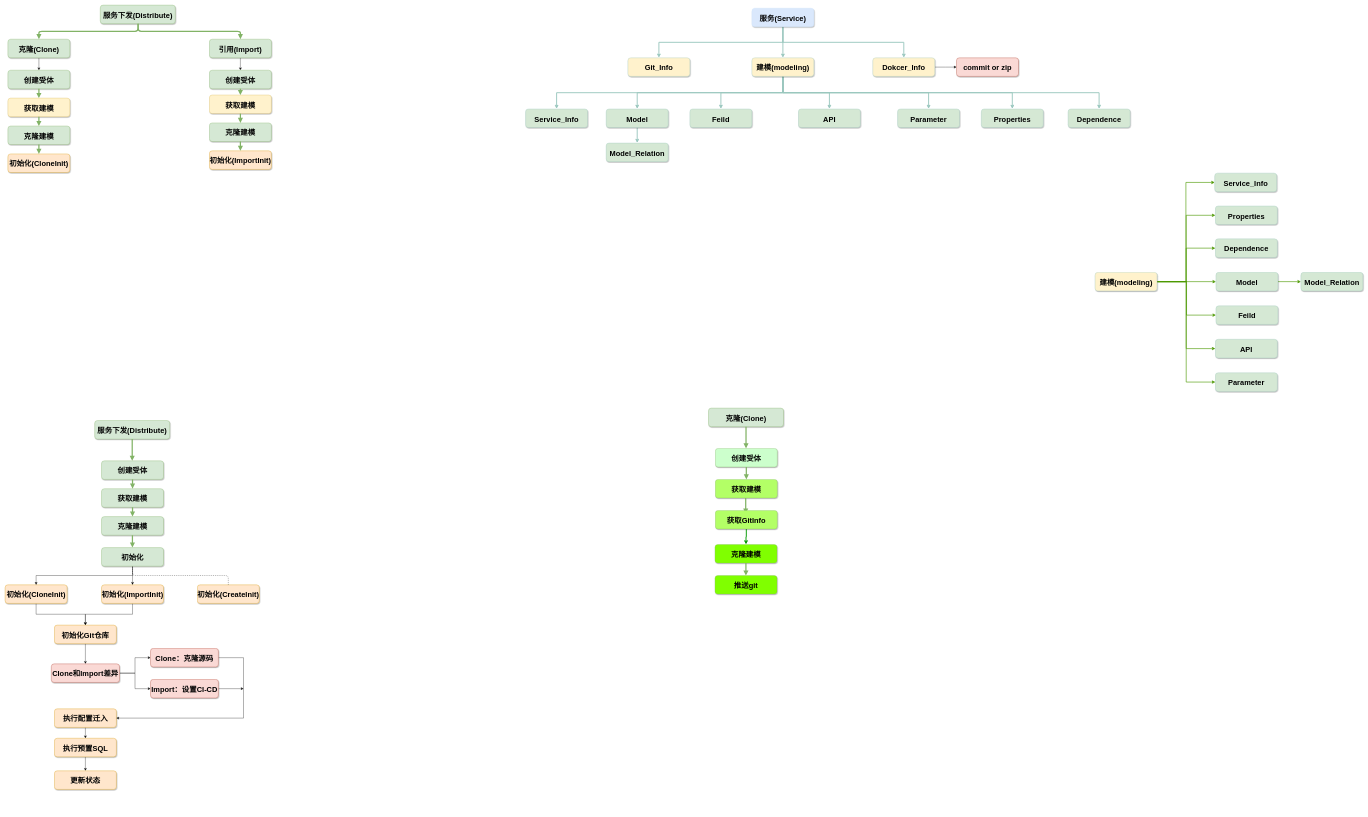
Earlier version of the draw.io diagram 服务下发思路图.drawio (ThePointOfXu/liu_cheng_tu). Source tidied: cells renumbered, new cells numbered last; positions are measured from the earlier drawing's top-left corner, leaving out a move shared by most shapes. Both pictures are drawn from the tidied source at 31%, with x=0, y=0 at pixel (5, 5).
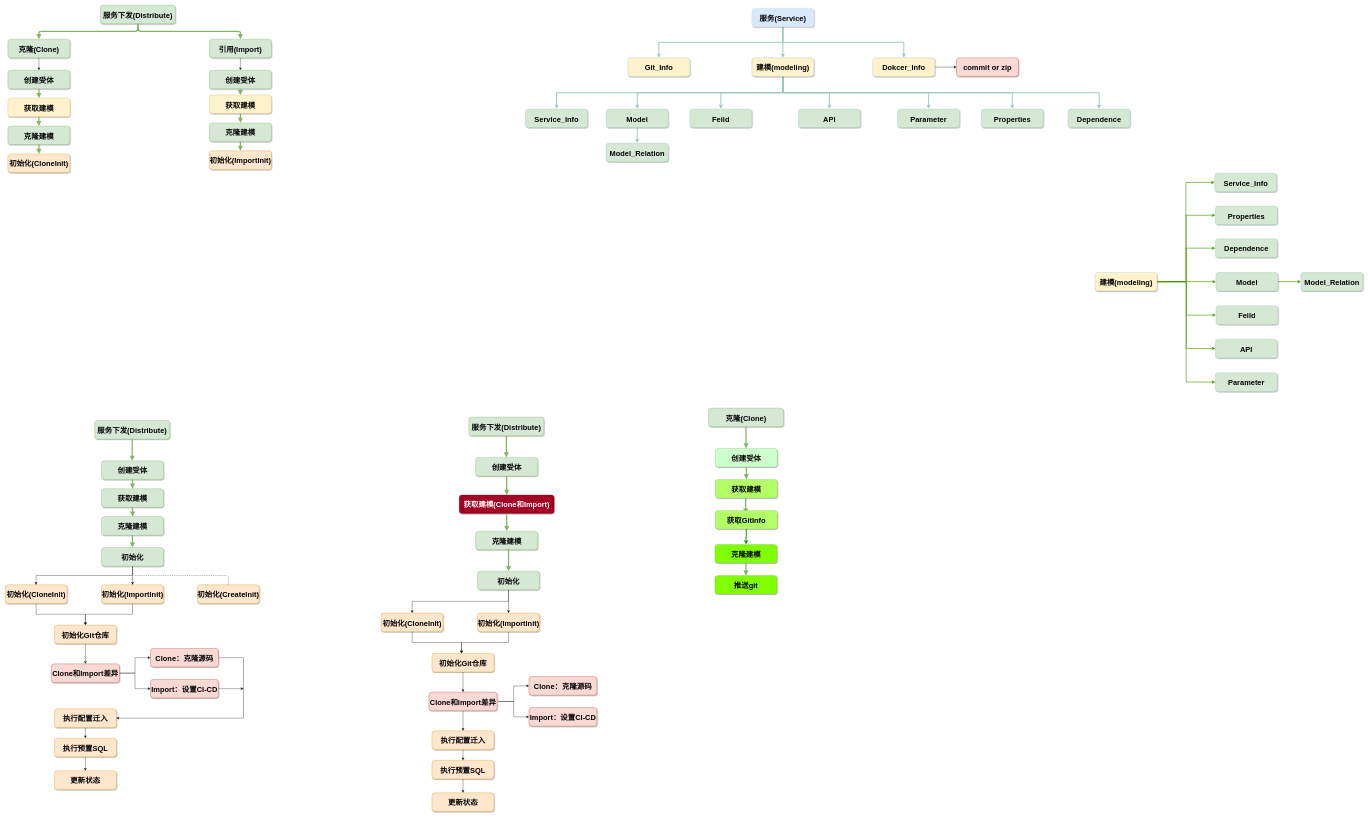
After the change.

Commit message:
Update 服务下发思路图.drawio

What changed in the source:
```diff
@@
+    <mxCell id="107" value="服务下发(Distribute)" style="rounded=1;fillColor=#d5e8d4;strokeColor=#82b366;shadow=1;fontStyle=1;fontSize=24;" parent="1" vertex="1">
+      <mxGeometry x="1496" y="1329" width="242" height="60" as="geometry" />
+    </mxCell>
+    <mxCell id="108" value="创建受体" style="rounded=1;fillColor=#d5e8d4;strokeColor=#82b366;shadow=1;fontStyle=1;fontSize=24;" parent="1" vertex="1">
+      <mxGeometry x="1518" y="1459" width="200" height="60" as="geometry" />
+    </mxCell>
+    <mxCell id="109" value="获取建模(Clone和Import)" style="rounded=1;fillColor=#a20025;strokeColor=#6F0000;shadow=1;fontStyle=1;fontSize=24;fontColor=#ffffff;" parent="1" vertex="1">
+      <mxGeometry x="1465" y="1580" width="306" height="60" as="geometry" />
+    </mxCell>
+    <mxCell id="110" value="克隆建模" style="rounded=1;fillColor=#d5e8d4;strokeColor=#82b366;shadow=1;fontStyle=1;fontSize=24;" parent="1" vertex="1">
+      <mxGeometry x="1518" y="1697" width="200" height="60" as="geometry" />
+    </mxCell>
+    <mxCell id="111" style="edgeStyle=elbowEdgeStyle;elbow=vertical;strokeWidth=4;endArrow=block;endFill=1;fontStyle=1;strokeColor=#82b366;fillColor=#d5e8d4;fontSize=24;exitX=0.5;exitY=1;exitDx=0;exitDy=0;" parent="1" edge="1" source="107">
+      <mxGeometry x="1227" y="1499" as="geometry">
+        <mxPoint x="1617" y="1459" as="targetPoint" />
+        <Array as="points">
+          <mxPoint x="1617" y="1449" />
+          <mxPoint x="1606" y="1429" />
+          <mxPoint x="1606" y="1399" />
+        </Array>
+      </mxGeometry>
+    </mxCell>
+    <mxCell id="112" style="edgeStyle=elbowEdgeStyle;elbow=vertical;strokeWidth=4;endArrow=block;endFill=1;fontStyle=1;strokeColor=#82b366;fillColor=#d5e8d4;fontSize=24;" parent="1" edge="1" source="108" target="109">
+      <mxGeometry x="1389" y="1319" as="geometry" />
+    </mxCell>
+    <mxCell id="113" style="edgeStyle=elbowEdgeStyle;elbow=vertical;strokeWidth=4;endArrow=block;endFill=1;fontStyle=1;strokeColor=#82b366;fillColor=#d5e8d4;fontSize=24;" parent="1" edge="1" source="109" target="110">
+      <mxGeometry x="1336" y="1360" as="geometry" />
+    </mxCell>
+    <mxCell id="114" style="edgeStyle=elbowEdgeStyle;elbow=vertical;strokeWidth=4;endArrow=block;endFill=1;fontStyle=1;strokeColor=#82b366;fillColor=#d5e8d4;fontSize=24;entryX=0.5;entryY=0;entryDx=0;entryDy=0;" parent="1" edge="1" target="117">
+      <mxGeometry x="1396" y="1384" as="geometry">
+        <mxPoint x="1624" y="1754" as="sourcePoint" />
+        <Array as="points">
+          <mxPoint x="1624" y="1784" />
+        </Array>
+      </mxGeometry>
+    </mxCell>
+    <mxCell id="115" style="edgeStyle=orthogonalEdgeStyle;rounded=0;jettySize=auto;html=1;exitX=0.5;exitY=1;exitDx=0;exitDy=0;entryX=0.5;entryY=0;entryDx=0;entryDy=0;" parent="1" edge="1" source="117" target="128">
+      <mxGeometry relative="1" as="geometry" />
+    </mxCell>
+    <mxCell id="116" style="edgeStyle=orthogonalEdgeStyle;rounded=0;jettySize=auto;html=1;exitX=0.5;exitY=1;exitDx=0;exitDy=0;entryX=0.5;entryY=0;entryDx=0;entryDy=0;" parent="1" edge="1" source="117" target="130">
+      <mxGeometry relative="1" as="geometry" />
+    </mxCell>
+    <mxCell id="117" value="初始化" style="rounded=1;fillColor=#d5e8d4;strokeColor=#82b366;shadow=1;fontStyle=1;fontSize=24;" parent="1" vertex="1">
+      <mxGeometry x="1524" y="1826" width="200" height="60" as="geometry" />
+    </mxCell>
+    <mxCell id="118" style="edgeStyle=orthogonalEdgeStyle;rounded=0;jettySize=auto;html=1;exitX=0.5;exitY=1;exitDx=0;exitDy=0;entryX=0.5;entryY=0;entryDx=0;entryDy=0;" parent="1" edge="1" source="119" target="126">
+      <mxGeometry relative="1" as="geometry" />
+    </mxCell>
+    <mxCell id="119" value="初始化Git仓库" style="rounded=1;fillColor=#ffe6cc;strokeColor=#d79b00;shadow=1;fontStyle=1;fontSize=24;" parent="1" vertex="1">
+      <mxGeometry x="1377" y="2091" width="200" height="60" as="geometry" />
+    </mxCell>
+    <mxCell id="120" style="edgeStyle=orthogonalEdgeStyle;rounded=0;jettySize=auto;html=1;exitX=0.5;exitY=1;exitDx=0;exitDy=0;entryX=0.5;entryY=0;entryDx=0;entryDy=0;" parent="1" edge="1" source="121" target="123">
+      <mxGeometry relative="1" as="geometry" />
+    </mxCell>
+    <mxCell id="121" value="执行配置迁入" style="rounded=1;fillColor=#ffe6cc;strokeColor=#d79b00;shadow=1;fontStyle=1;fontSize=24;" parent="1" vertex="1">
+      <mxGeometry x="1377" y="2341" width="200" height="60" as="geometry" />
+    </mxCell>
+    <mxCell id="122" style="edgeStyle=orthogonalEdgeStyle;rounded=0;jettySize=auto;html=1;exitX=0.5;exitY=1;exitDx=0;exitDy=0;" parent="1" edge="1" source="123" target="124">
+      <mxGeometry relative="1" as="geometry" />
+    </mxCell>
+    <mxCell id="123" value="执行预置SQL" style="rounded=1;fillColor=#ffe6cc;strokeColor=#d79b00;shadow=1;fontStyle=1;fontSize=24;" parent="1" vertex="1">
+      <mxGeometry x="1377" y="2436" width="200" height="60" as="geometry" />
+    </mxCell>
+    <mxCell id="124" value="更新状态" style="rounded=1;fillColor=#ffe6cc;strokeColor=#d79b00;shadow=1;fontStyle=1;fontSize=24;" parent="1" vertex="1">
+      <mxGeometry x="1377" y="2541" width="200" height="60" as="geometry" />
+    </mxCell>
+    <mxCell id="125" style="edgeStyle=orthogonalEdgeStyle;rounded=0;jettySize=auto;html=1;exitX=0.5;exitY=1;exitDx=0;exitDy=0;entryX=0.5;entryY=0;entryDx=0;entryDy=0;" parent="1" edge="1" source="126" target="121">
+      <mxGeometry relative="1" as="geometry" />
+    </mxCell>
+    <mxCell id="126" value="Clone和Import差异" style="rounded=1;fillColor=#fad9d5;strokeColor=#ae4132;shadow=1;fontStyle=1;fontSize=24;" parent="1" vertex="1">
+      <mxGeometry x="1367" y="2216" width="220" height="60" as="geometry" />
+    </mxCell>
+    <mxCell id="127" style="edgeStyle=orthogonalEdgeStyle;rounded=0;jettySize=auto;html=1;exitX=0.5;exitY=1;exitDx=0;exitDy=0;" parent="1" edge="1" source="128">
+      <mxGeometry relative="1" as="geometry">
+        <mxPoint x="1472" y="2091" as="targetPoint" />
+      </mxGeometry>
+    </mxCell>
+    <mxCell id="128" value="初始化(ImportInit)" style="rounded=1;fillColor=#ffe6cc;strokeColor=#d79b00;shadow=1;fontStyle=1;fontSize=24;" parent="1" vertex="1">
+      <mxGeometry x="1524" y="1961" width="200" height="60" as="geometry" />
+    </mxCell>
+    <mxCell id="129" style="edgeStyle=orthogonalEdgeStyle;rounded=0;jettySize=auto;html=1;exitX=0.5;exitY=1;exitDx=0;exitDy=0;entryX=0.5;entryY=0;entryDx=0;entryDy=0;" parent="1" edge="1" source="130">
+      <mxGeometry relative="1" as="geometry">
+        <mxPoint x="1472" y="2091" as="targetPoint" />
+      </mxGeometry>
+    </mxCell>
+    <mxCell id="130" value="初始化(CloneInit)" style="rounded=1;fillColor=#ffe6cc;strokeColor=#d79b00;shadow=1;fontStyle=1;fontSize=24;" parent="1" vertex="1">
+      <mxGeometry x="1213" y="1961" width="200" height="60" as="geometry" />
+    </mxCell>
+    <mxCell id="131" style="edgeStyle=orthogonalEdgeStyle;rounded=0;jettySize=auto;html=1;exitX=1;exitY=0.5;exitDx=0;exitDy=0;entryX=0;entryY=0.5;entryDx=0;entryDy=0;" parent="1" edge="1" target="133">
+      <mxGeometry relative="1" as="geometry">
+        <mxPoint x="1590" y="2246" as="sourcePoint" />
+      </mxGeometry>
+    </mxCell>
+    <mxCell id="132" style="edgeStyle=orthogonalEdgeStyle;rounded=0;jettySize=auto;html=1;exitX=1;exitY=0.5;exitDx=0;exitDy=0;entryX=0;entryY=0.5;entryDx=0;entryDy=0;" parent="1" edge="1" target="134">
+      <mxGeometry relative="1" as="geometry">
+        <mxPoint x="1590" y="2246" as="sourcePoint" />
+      </mxGeometry>
+    </mxCell>
+    <mxCell id="133" value="Clone：克隆源码" style="rounded=1;fillColor=#fad9d5;strokeColor=#ae4132;shadow=1;fontStyle=1;fontSize=24;" parent="1" vertex="1">
+      <mxGeometry x="1690" y="2166" width="219" height="60" as="geometry" />
+    </mxCell>
+    <mxCell id="134" value="Import：设置CI-CD" style="rounded=1;fillColor=#fad9d5;strokeColor=#ae4132;shadow=1;fontStyle=1;fontSize=24;" parent="1" vertex="1">
+      <mxGeometry x="1690" y="2266" width="219" height="60" as="geometry" />
+    </mxCell>
```
